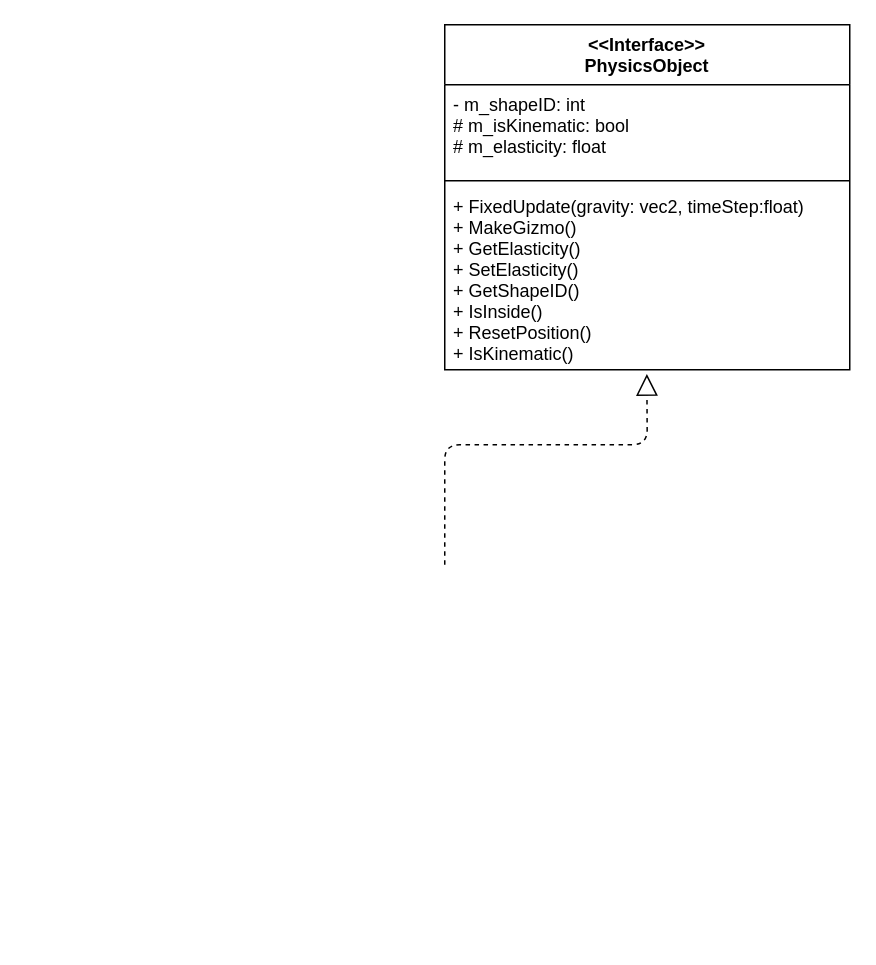
Above: Untitled Diagram.drawio in XYFrenzies/PhysicsProject (draw.io), before the change. Source tidied: cells renumbered, new cells numbered last; positions are measured from the earlier drawing's top-left corner, leaving out a move shared by most shapes. Both pictures are drawn from the tidied source at 150%, with x=0, y=0 at pixel (444, 24).
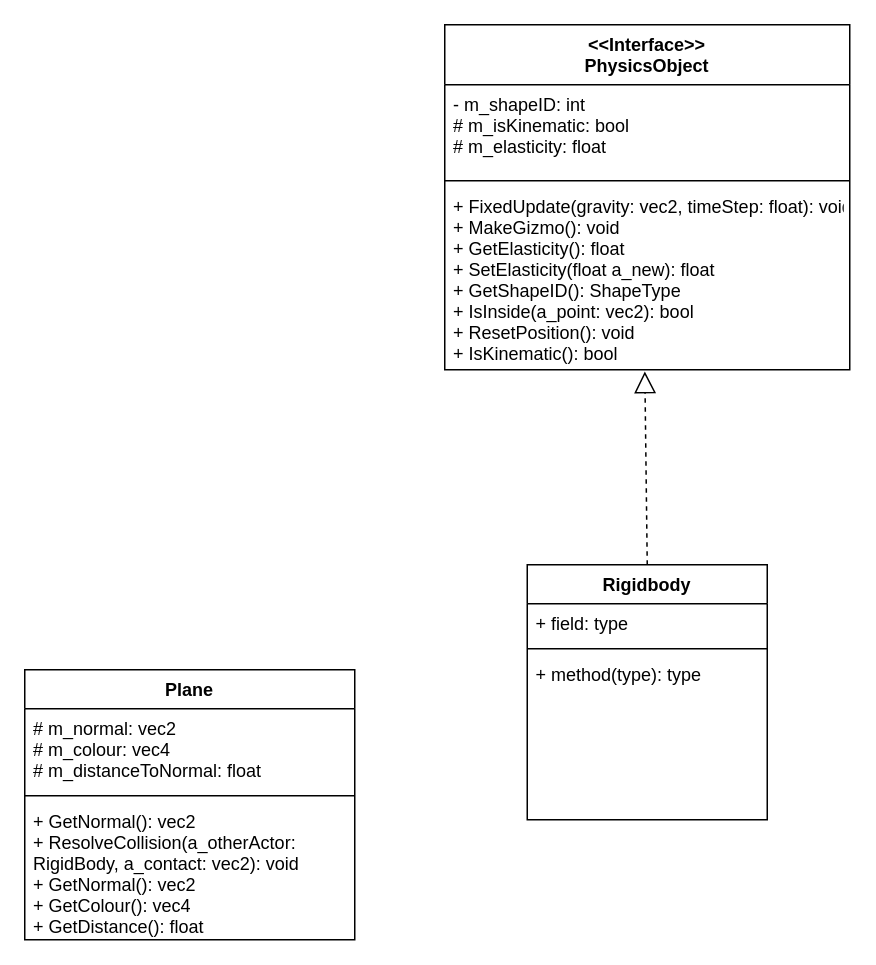
The same diagram, later.

Commit message:
I have completed the plane diagram and will be working on the rigidbody diagram.

What changed in the source:
```diff
@@
 <mxGraphModel>
   <root>
     <mxCell id="0" />
     <mxCell id="1" parent="0" />
     <mxCell id="2" value="&lt;&lt;Interface&gt;&gt;&#10;PhysicsObject" style="swimlane;fontStyle=1;align=center;verticalAlign=top;horizontal=1;startSize=40;" parent="1" vertex="1">
       <mxGeometry width="270" height="230" as="geometry" />
     </mxCell>
     <mxCell id="3" value="- m_shapeID: int&#10;# m_isKinematic: bool&#10;# m_elasticity: float" style="text;strokeColor=none;fillColor=none;align=left;verticalAlign=top;spacingLeft=4;spacingRight=4;overflow=hidden;" parent="2" vertex="1">
       <mxGeometry y="40" width="270" height="60" as="geometry" />
     </mxCell>
     <mxCell id="4" style="line;strokeWidth=1;fillColor=none;align=left;verticalAlign=middle;spacingTop=-1;spacingLeft=3;spacingRight=3;labelPosition=right;" parent="2" vertex="1">
       <mxGeometry y="100" width="270" height="8" as="geometry" />
     </mxCell>
-    <mxCell id="5" value="+ FixedUpdate(gravity: vec2, timeStep:float)&#10;+ MakeGizmo()&#10;+ GetElasticity()&#10;+ SetElasticity()&#10;+ GetShapeID()&#10;+ IsInside()&#10;+ ResetPosition()&#10;+ IsKinematic()" style="text;strokeColor=none;fillColor=none;align=left;verticalAlign=top;spacingLeft=4;spacingRight=4;overflow=hidden;points=[[0,0.5],[1,0.5]];portConstraint=eastwest;" parent="2" vertex="1">
+    <mxCell id="5" value="+ FixedUpdate(gravity: vec2, timeStep: float): void&#10;+ MakeGizmo(): void&#10;+ GetElasticity(): float&#10;+ SetElasticity(float a_new): float&#10;+ GetShapeID(): ShapeType&#10;+ IsInside(a_point: vec2): bool&#10;+ ResetPosition(): void&#10;+ IsKinematic(): bool" style="text;strokeColor=none;fillColor=none;align=left;verticalAlign=top;spacingLeft=4;spacingRight=4;overflow=hidden;points=[[0,0.5],[1,0.5]];portConstraint=eastwest;" parent="2" vertex="1">
       <mxGeometry y="108" width="270" height="122" as="geometry" />
     </mxCell>
-    <mxCell id="6" style="endArrow=block;dashed=1;endFill=0;endSize=12;html=1;fontSize=11;entryX=0.499;entryY=1.023;entryDx=0;entryDy=0;entryPerimeter=0;" parent="1" edge="1" target="5">
-      <mxGeometry relative="1" as="geometry">
-        <mxPoint y="360" as="sourcePoint" />
-        <Array as="points">
-          <mxPoint y="280" />
-          <mxPoint x="135" y="280" />
-        </Array>
-      </mxGeometry>
-    </mxCell>
+    <mxCell id="7" value="Plane" style="swimlane;fontStyle=1;align=center;verticalAlign=top;horizontal=1;startSize=26;" parent="1" vertex="1">
+      <mxGeometry x="-280" y="430" width="220" height="180" as="geometry" />
+    </mxCell>
+    <mxCell id="8" value="# m_normal: vec2&#10;# m_colour: vec4&#10;# m_distanceToNormal: float" style="text;strokeColor=none;fillColor=none;align=left;verticalAlign=top;spacingLeft=4;spacingRight=4;overflow=hidden;" parent="7" vertex="1">
+      <mxGeometry y="26" width="220" height="54" as="geometry" />
+    </mxCell>
+    <mxCell id="9" style="line;strokeWidth=1;fillColor=none;align=left;verticalAlign=middle;spacingTop=-1;spacingLeft=3;spacingRight=3;labelPosition=right;" parent="7" vertex="1">
+      <mxGeometry y="80" width="220" height="8" as="geometry" />
+    </mxCell>
+    <mxCell id="10" value="+ GetNormal(): vec2&#10;+ ResolveCollision(a_otherActor: &#10;RigidBody, a_contact: vec2): void&#10;+ GetNormal(): vec2&#10;+ GetColour(): vec4&#10;+ GetDistance(): float" style="text;strokeColor=none;fillColor=none;align=left;verticalAlign=top;spacingLeft=4;spacingRight=4;overflow=hidden;" parent="7" vertex="1">
+      <mxGeometry y="88" width="220" height="92" as="geometry" />
+    </mxCell>
+    <mxCell id="11" value="Rigidbody" style="swimlane;fontStyle=1;align=center;verticalAlign=top;horizontal=1;startSize=26;" parent="1" vertex="1">
+      <mxGeometry x="55" y="360" width="160" height="170" as="geometry" />
+    </mxCell>
+    <mxCell id="12" value="+ field: type" style="text;strokeColor=none;fillColor=none;align=left;verticalAlign=top;spacingLeft=4;spacingRight=4;overflow=hidden;" parent="11" vertex="1">
+      <mxGeometry y="26" width="160" height="26" as="geometry" />
+    </mxCell>
+    <mxCell id="13" style="line;strokeWidth=1;fillColor=none;align=left;verticalAlign=middle;spacingTop=-1;spacingLeft=3;spacingRight=3;labelPosition=right;" parent="11" vertex="1">
+      <mxGeometry y="52" width="160" height="8" as="geometry" />
+    </mxCell>
+    <mxCell id="14" value="+ method(type): type" style="text;strokeColor=none;fillColor=none;align=left;verticalAlign=top;spacingLeft=4;spacingRight=4;overflow=hidden;" parent="11" vertex="1">
+      <mxGeometry y="60" width="160" height="110" as="geometry" />
+    </mxCell>
+    <mxCell id="15" style="endArrow=block;dashed=1;endFill=0;endSize=12;html=1;exitX=0.5;exitY=0;exitDx=0;exitDy=0;entryX=0.494;entryY=1.009;entryDx=0;entryDy=0;entryPerimeter=0;" parent="1" edge="1" source="11" target="5">
+      <mxGeometry relative="1" as="geometry" />
+    </mxCell>
   </root>
 </mxGraphModel>
```
